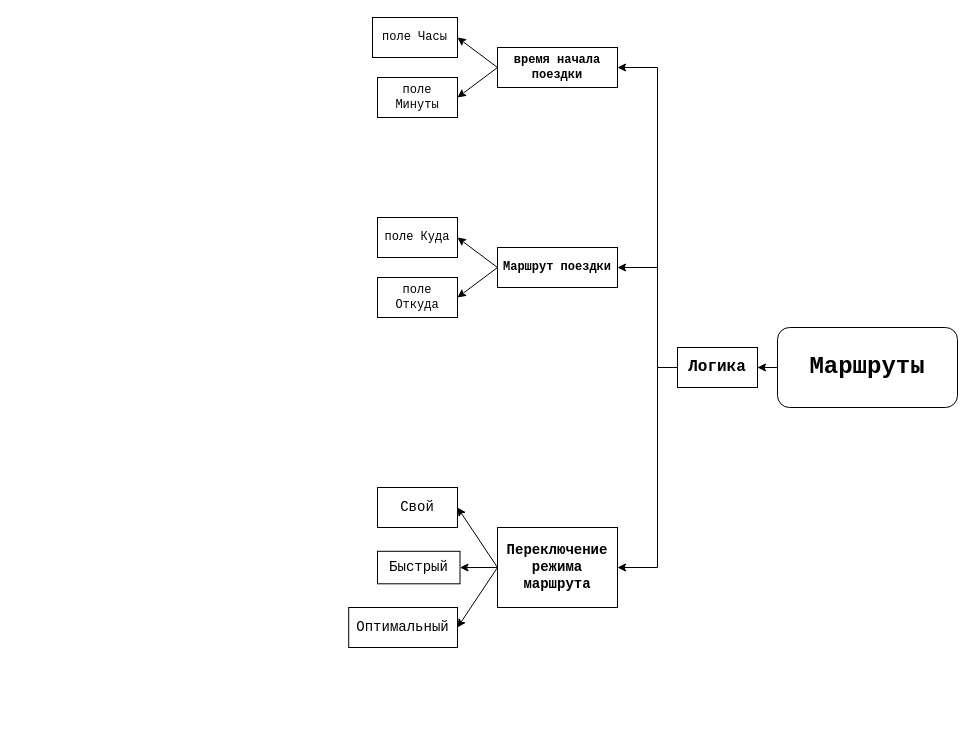
Earlier version of the draw.io diagram sprint1.drawio (Zheleznikov/drawio). Source tidied: cells renumbered, new cells numbered last; positions are measured from the earlier drawing's top-left corner, leaving out a move shared by most shapes. Both pictures are drawn from the tidied source at 100%, with x=0, y=0 at pixel (348, 17).
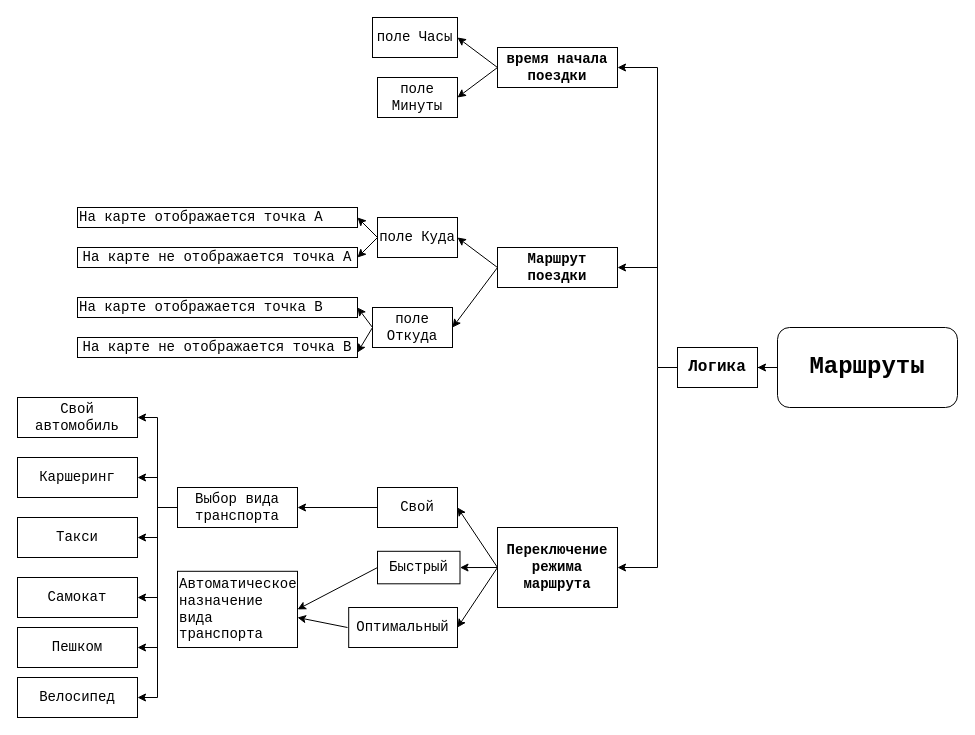
The same diagram, later.

Unchanged cells that the change refers to:
```xml
<mxCell id="13" value="Переключение режима маршрута" style="rounded=0;whiteSpace=wrap;html=1;fontFamily=Courier New;fontSize=14;fontStyle=1;" parent="1" vertex="1">
  <mxGeometry x="149" y="510" width="120" height="80" as="geometry" />
</mxCell>
<mxCell id="14" value="Оптимальный" style="rounded=0;whiteSpace=wrap;html=1;fontFamily=Courier New;fontSize=14;fontStyle=0;" parent="1" vertex="1">
  <mxGeometry x="0.2" y="590" width="108.8" height="40" as="geometry" />
</mxCell>
<mxCell id="15" value="Свой" style="rounded=0;whiteSpace=wrap;html=1;fontFamily=Courier New;fontSize=14;fontStyle=0;" parent="1" vertex="1">
  <mxGeometry x="29" y="470" width="80" height="40" as="geometry" />
</mxCell>
<mxCell id="16" value="Быстрый" style="rounded=0;whiteSpace=wrap;html=1;fontFamily=Courier New;fontSize=14;fontStyle=0;" parent="1" vertex="1">
  <mxGeometry x="29" y="533.8" width="82.5" height="32.5" as="geometry" />
</mxCell>
```

Diff of the diagram source:
```diff
@@
-    <mxCell id="6" value="время начала поездки" style="rounded=0;whiteSpace=wrap;html=1;fontFamily=Courier New;fontStyle=1;" parent="1" vertex="1">
+    <mxCell id="6" value="время начала поездки" style="rounded=0;whiteSpace=wrap;html=1;fontFamily=Courier New;fontStyle=1;fontSize=14;" parent="1" vertex="1">
       <mxGeometry x="149" y="30" width="120" height="40" as="geometry" />
     </mxCell>
-    <mxCell id="7" value="поле Часы" style="rounded=0;whiteSpace=wrap;html=1;fontFamily=Courier New;" parent="1" vertex="1">
+    <mxCell id="7" value="поле Часы" style="rounded=0;whiteSpace=wrap;html=1;fontFamily=Courier New;fontSize=14;" parent="1" vertex="1">
       <mxGeometry x="24" width="85" height="40" as="geometry" />
     </mxCell>
-    <mxCell id="8" style="edgeStyle=orthogonalEdgeStyle;rounded=0;jettySize=auto;html=1;exitX=0.75;exitY=1;exitDx=0;exitDy=0;fontFamily=Courier New;fontSize=16;" parent="1" edge="1" source="9">
+    <mxCell id="8" style="edgeStyle=orthogonalEdgeStyle;rounded=0;jettySize=auto;html=1;exitX=0.75;exitY=1;exitDx=0;exitDy=0;fontFamily=Courier New;fontSize=14;" parent="1" edge="1" source="9">
       <mxGeometry relative="1" as="geometry">
         <mxPoint x="89" y="100" as="targetPoint" />
       </mxGeometry>
     </mxCell>
-    <mxCell id="9" value="поле Минуты&lt;br&gt;" style="rounded=0;whiteSpace=wrap;html=1;fontFamily=Courier New;" parent="1" vertex="1">
+    <mxCell id="9" value="поле Минуты&lt;br style=&quot;font-size: 14px;&quot;&gt;" style="rounded=0;whiteSpace=wrap;html=1;fontFamily=Courier New;fontSize=14;" parent="1" vertex="1">
       <mxGeometry x="29" y="60" width="80" height="40" as="geometry" />
     </mxCell>
-    <mxCell id="10" value="Маршрут поездки" style="rounded=0;whiteSpace=wrap;html=1;fontFamily=Courier New;fontStyle=1;" parent="1" vertex="1">
+    <mxCell id="10" value="Маршрут поездки" style="rounded=0;whiteSpace=wrap;html=1;fontFamily=Courier New;fontStyle=1;fontSize=14;" parent="1" vertex="1">
       <mxGeometry x="149" y="230" width="120" height="40" as="geometry" />
     </mxCell>
-    <mxCell id="11" value="поле Откуда" style="rounded=0;whiteSpace=wrap;html=1;fontFamily=Courier New;" parent="1" vertex="1">
-      <mxGeometry x="29" y="260" width="80" height="40" as="geometry" />
+    <mxCell id="11" value="поле Откуда" style="rounded=0;whiteSpace=wrap;html=1;fontFamily=Courier New;fontSize=14;" parent="1" vertex="1">
+      <mxGeometry x="24" y="290" width="80" height="40" as="geometry" />
     </mxCell>
-    <mxCell id="12" value="поле Куда" style="rounded=0;whiteSpace=wrap;html=1;fontFamily=Courier New;" parent="1" vertex="1">
+    <mxCell id="12" value="поле Куда" style="rounded=0;whiteSpace=wrap;html=1;fontFamily=Courier New;fontSize=14;" parent="1" vertex="1">
       <mxGeometry x="29" y="200" width="80" height="40" as="geometry" />
     </mxCell>
@@
-    <mxCell id="19" style="endArrow=classic;html=1;fontFamily=Courier New;fontSize=16;entryX=1;entryY=0.5;entryDx=0;entryDy=0;" parent="1" edge="1" target="9">
+    <mxCell id="19" style="endArrow=classic;html=1;fontFamily=Courier New;fontSize=14;entryX=1;entryY=0.5;entryDx=0;entryDy=0;" parent="1" edge="1" target="9">
       <mxGeometry relative="1" as="geometry">
         <mxPoint x="149" y="50" as="sourcePoint" />
       </mxGeometry>
     </mxCell>
-    <mxCell id="20" style="endArrow=classic;html=1;fontFamily=Courier New;fontSize=16;entryX=1;entryY=0.5;entryDx=0;entryDy=0;exitX=0;exitY=0.5;exitDx=0;exitDy=0;" parent="1" edge="1" source="6" target="7">
+    <mxCell id="20" style="endArrow=classic;html=1;fontFamily=Courier New;fontSize=14;entryX=1;entryY=0.5;entryDx=0;entryDy=0;exitX=0;exitY=0.5;exitDx=0;exitDy=0;" parent="1" edge="1" source="6" target="7">
       <mxGeometry relative="1" as="geometry" />
     </mxCell>
-    <mxCell id="21" style="endArrow=classic;html=1;fontFamily=Courier New;fontSize=16;exitX=0;exitY=0.5;exitDx=0;exitDy=0;entryX=1;entryY=0.5;entryDx=0;entryDy=0;" parent="1" edge="1" source="10" target="12">
+    <mxCell id="21" style="endArrow=classic;html=1;fontFamily=Courier New;fontSize=14;exitX=0;exitY=0.5;exitDx=0;exitDy=0;entryX=1;entryY=0.5;entryDx=0;entryDy=0;" parent="1" edge="1" source="10" target="12">
       <mxGeometry relative="1" as="geometry" />
     </mxCell>
-    <mxCell id="22" style="endArrow=classic;html=1;fontFamily=Courier New;fontSize=16;exitX=0;exitY=0.5;exitDx=0;exitDy=0;entryX=1;entryY=0.5;entryDx=0;entryDy=0;" parent="1" edge="1" source="10" target="11">
+    <mxCell id="22" style="endArrow=classic;html=1;fontFamily=Courier New;fontSize=14;exitX=0;exitY=0.5;exitDx=0;exitDy=0;entryX=1;entryY=0.5;entryDx=0;entryDy=0;" parent="1" edge="1" source="10" target="11">
       <mxGeometry relative="1" as="geometry" />
     </mxCell>
@@
-    <mxCell id="24" style="endArrow=classic;html=1;fontFamily=Courier New;fontSize=16;exitX=0;exitY=0.5;exitDx=0;exitDy=0;entryX=1;entryY=0.5;entryDx=0;entryDy=0;" parent="1" edge="1" source="13" target="15">
+    <mxCell id="24" style="endArrow=classic;html=1;fontFamily=Courier New;fontSize=14;exitX=0;exitY=0.5;exitDx=0;exitDy=0;entryX=1;entryY=0.5;entryDx=0;entryDy=0;" parent="1" edge="1" source="13" target="15">
       <mxGeometry relative="1" as="geometry" />
     </mxCell>
-    <mxCell id="25" style="endArrow=classic;html=1;fontFamily=Courier New;fontSize=16;entryX=1;entryY=0.5;entryDx=0;entryDy=0;" parent="1" edge="1" target="16">
+    <mxCell id="25" style="endArrow=classic;html=1;fontFamily=Courier New;fontSize=14;entryX=1;entryY=0.5;entryDx=0;entryDy=0;" parent="1" edge="1" target="16">
       <mxGeometry relative="1" as="geometry">
         <mxPoint x="149" y="550" as="sourcePoint" />
       </mxGeometry>
     </mxCell>
-    <mxCell id="26" style="endArrow=classic;html=1;fontFamily=Courier New;fontSize=16;exitX=0;exitY=0.5;exitDx=0;exitDy=0;entryX=1;entryY=0.5;entryDx=0;entryDy=0;" parent="1" edge="1" source="13" target="14">
+    <mxCell id="26" style="endArrow=classic;html=1;fontFamily=Courier New;fontSize=14;exitX=0;exitY=0.5;exitDx=0;exitDy=0;entryX=1;entryY=0.5;entryDx=0;entryDy=0;" parent="1" edge="1" source="13" target="14">
       <mxGeometry relative="1" as="geometry" />
     </mxCell>
+    <mxCell id="27" style="endArrow=classic;html=1;fontFamily=Courier New;fontSize=14;exitX=0;exitY=0.5;exitDx=0;exitDy=0;entryX=1;entryY=0.5;entryDx=0;entryDy=0;" parent="1" edge="1" source="15" target="28">
+      <mxGeometry relative="1" as="geometry" />
+    </mxCell>
+    <mxCell id="28" value="Выбор вида транспорта" style="rounded=0;whiteSpace=wrap;html=1;labelBackgroundColor=#ffffff;fontFamily=Courier New;fontSize=14;" parent="1" vertex="1">
+      <mxGeometry x="-171" y="470" width="120" height="40" as="geometry" />
+    </mxCell>
+    <mxCell id="29" value="Свой автомобиль" style="rounded=0;whiteSpace=wrap;html=1;labelBackgroundColor=#ffffff;fontFamily=Courier New;fontSize=14;" parent="1" vertex="1">
+      <mxGeometry x="-331" y="380" width="120" height="40" as="geometry" />
+    </mxCell>
+    <mxCell id="30" value="Каршеринг" style="rounded=0;whiteSpace=wrap;html=1;labelBackgroundColor=#ffffff;fontFamily=Courier New;fontSize=14;" parent="1" vertex="1">
+      <mxGeometry x="-331" y="440" width="120" height="40" as="geometry" />
+    </mxCell>
+    <mxCell id="31" value="Такси" style="rounded=0;whiteSpace=wrap;html=1;labelBackgroundColor=#ffffff;fontFamily=Courier New;fontSize=14;" parent="1" vertex="1">
+      <mxGeometry x="-331" y="500" width="120" height="40" as="geometry" />
+    </mxCell>
+    <mxCell id="32" value="Самокат" style="rounded=0;whiteSpace=wrap;html=1;labelBackgroundColor=#ffffff;fontFamily=Courier New;fontSize=14;" parent="1" vertex="1">
+      <mxGeometry x="-331" y="560" width="120" height="40" as="geometry" />
+    </mxCell>
+    <mxCell id="33" value="Велосипед" style="rounded=0;whiteSpace=wrap;html=1;labelBackgroundColor=#ffffff;fontFamily=Courier New;fontSize=14;" parent="1" vertex="1">
+      <mxGeometry x="-331" y="660" width="120" height="40" as="geometry" />
+    </mxCell>
+    <mxCell id="34" value="Пешком" style="rounded=0;whiteSpace=wrap;html=1;labelBackgroundColor=#ffffff;fontFamily=Courier New;fontSize=14;" parent="1" vertex="1">
+      <mxGeometry x="-331" y="610" width="120" height="40" as="geometry" />
+    </mxCell>
+    <mxCell id="35" style="endArrow=none;html=1;fontFamily=Courier New;fontSize=14;entryX=0;entryY=0.5;entryDx=0;entryDy=0;" parent="1" edge="1" target="28">
+      <mxGeometry relative="1" as="geometry">
+        <mxPoint x="-191" y="490" as="sourcePoint" />
+      </mxGeometry>
+    </mxCell>
+    <mxCell id="36" style="endArrow=none;html=1;fontFamily=Courier New;fontSize=14;" parent="1" edge="1">
+      <mxGeometry relative="1" as="geometry">
+        <mxPoint x="-191" y="680" as="sourcePoint" />
+        <mxPoint x="-191" y="400" as="targetPoint" />
+      </mxGeometry>
+    </mxCell>
+    <mxCell id="37" style="endArrow=classic;html=1;fontFamily=Courier New;fontSize=14;entryX=1;entryY=0.5;entryDx=0;entryDy=0;" parent="1" edge="1" target="29">
+      <mxGeometry relative="1" as="geometry">
+        <mxPoint x="-191" y="400" as="sourcePoint" />
+      </mxGeometry>
+    </mxCell>
+    <mxCell id="38" style="endArrow=classic;html=1;fontFamily=Courier New;fontSize=14;entryX=1;entryY=0.5;entryDx=0;entryDy=0;" parent="1" edge="1" target="30">
+      <mxGeometry relative="1" as="geometry">
+        <mxPoint x="-191" y="460" as="sourcePoint" />
+      </mxGeometry>
+    </mxCell>
+    <mxCell id="39" style="endArrow=classic;html=1;fontFamily=Courier New;fontSize=14;entryX=1;entryY=0.5;entryDx=0;entryDy=0;" parent="1" edge="1" target="31">
+      <mxGeometry relative="1" as="geometry">
+        <mxPoint x="-191" y="520" as="sourcePoint" />
+      </mxGeometry>
+    </mxCell>
+    <mxCell id="40" style="endArrow=classic;html=1;fontFamily=Courier New;fontSize=14;entryX=1;entryY=0.5;entryDx=0;entryDy=0;" parent="1" edge="1" target="32">
+      <mxGeometry relative="1" as="geometry">
+        <mxPoint x="-191" y="580" as="sourcePoint" />
+      </mxGeometry>
+    </mxCell>
+    <mxCell id="41" style="endArrow=classic;html=1;fontFamily=Courier New;fontSize=14;entryX=1;entryY=0.5;entryDx=0;entryDy=0;" parent="1" edge="1" target="34">
+      <mxGeometry relative="1" as="geometry">
+        <mxPoint x="-191" y="630" as="sourcePoint" />
+      </mxGeometry>
+    </mxCell>
+    <mxCell id="42" style="endArrow=classic;html=1;fontFamily=Courier New;fontSize=14;entryX=1;entryY=0.5;entryDx=0;entryDy=0;" parent="1" edge="1" target="33">
+      <mxGeometry relative="1" as="geometry">
+        <mxPoint x="-191" y="680" as="sourcePoint" />
+      </mxGeometry>
+    </mxCell>
+    <mxCell id="43" value="На карте отображается точка А" style="rounded=0;whiteSpace=wrap;html=1;labelBackgroundColor=#ffffff;fontFamily=Courier New;fontSize=14;align=left;" parent="1" vertex="1">
+      <mxGeometry x="-271" y="190" width="280" height="20" as="geometry" />
+    </mxCell>
+    <mxCell id="44" value="На карте не отображается точка А" style="rounded=0;whiteSpace=wrap;html=1;labelBackgroundColor=#ffffff;fontFamily=Courier New;fontSize=14;" parent="1" vertex="1">
+      <mxGeometry x="-271" y="230" width="280" height="20" as="geometry" />
+    </mxCell>
+    <mxCell id="45" value="На карте отображается точка В" style="rounded=0;whiteSpace=wrap;html=1;labelBackgroundColor=#ffffff;fontFamily=Courier New;fontSize=14;align=left;" parent="1" vertex="1">
+      <mxGeometry x="-271" y="280" width="280" height="20" as="geometry" />
+    </mxCell>
+    <mxCell id="46" value="На карте не отображается точка В" style="rounded=0;whiteSpace=wrap;html=1;labelBackgroundColor=#ffffff;fontFamily=Courier New;fontSize=14;" parent="1" vertex="1">
+      <mxGeometry x="-271" y="320" width="280" height="20" as="geometry" />
+    </mxCell>
+    <mxCell id="47" style="endArrow=classic;html=1;fontFamily=Courier New;fontSize=14;exitX=0;exitY=0.5;exitDx=0;exitDy=0;entryX=1;entryY=0.5;entryDx=0;entryDy=0;" parent="1" edge="1" source="12" target="44">
+      <mxGeometry relative="1" as="geometry" />
+    </mxCell>
+    <mxCell id="48" style="endArrow=classic;html=1;fontFamily=Courier New;fontSize=14;entryX=1;entryY=0.5;entryDx=0;entryDy=0;" parent="1" edge="1" target="43">
+      <mxGeometry relative="1" as="geometry">
+        <mxPoint x="29" y="220" as="sourcePoint" />
+      </mxGeometry>
+    </mxCell>
+    <mxCell id="49" style="endArrow=classic;html=1;fontFamily=Courier New;fontSize=14;exitX=0;exitY=0.5;exitDx=0;exitDy=0;entryX=1;entryY=0.75;entryDx=0;entryDy=0;" parent="1" edge="1" source="11" target="46">
+      <mxGeometry relative="1" as="geometry" />
+    </mxCell>
+    <mxCell id="50" style="endArrow=classic;html=1;fontFamily=Courier New;fontSize=14;exitX=0;exitY=0.5;exitDx=0;exitDy=0;entryX=1;entryY=0.5;entryDx=0;entryDy=0;" parent="1" edge="1" source="11" target="45">
+      <mxGeometry relative="1" as="geometry" />
+    </mxCell>
+    <mxCell id="51" value="Автоматическое назначение вида транспорта" style="rounded=0;whiteSpace=wrap;html=1;labelBackgroundColor=#ffffff;fontFamily=Courier New;fontSize=14;align=left;" parent="1" vertex="1">
+      <mxGeometry x="-171" y="553.8" width="120" height="76.2" as="geometry" />
+    </mxCell>
+    <mxCell id="52" style="endArrow=classic;html=1;fontFamily=Courier New;fontSize=14;entryX=1;entryY=0.5;entryDx=0;entryDy=0;exitX=0;exitY=0.5;exitDx=0;exitDy=0;" parent="1" edge="1" source="16" target="51">
+      <mxGeometry relative="1" as="geometry" />
+    </mxCell>
+    <mxCell id="53" style="endArrow=classic;html=1;fontFamily=Courier New;fontSize=14;" parent="1" edge="1">
+      <mxGeometry relative="1" as="geometry">
+        <mxPoint x="-1" y="610" as="sourcePoint" />
+        <mxPoint x="-51" y="600" as="targetPoint" />
+      </mxGeometry>
+    </mxCell>
```
